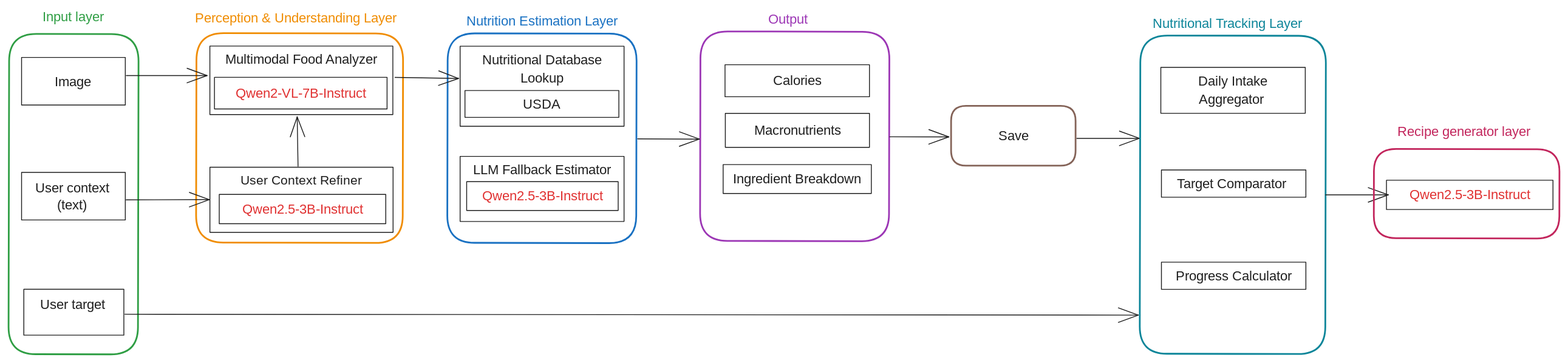
The Excalidraw diagram pipeline_arquitectura.excalidraw.svg in hepejaAED/CalorIA, before a commit. Source tidied: one line per element, renumbered; positions are measured from the earlier drawing's top-left corner, leaving out a move shared by most shapes.
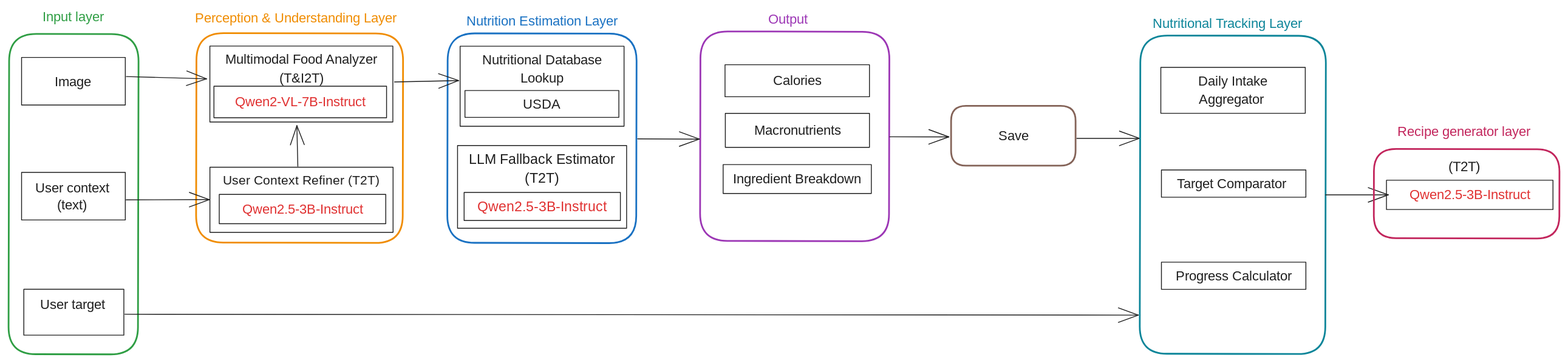
Above is the later version.

Diff of the diagram source:
```diff
@@ -7,27 +7,27 @@
 {"id": 6, "type": "text", "text": "User context\n(text)", "strokeColor": "#1e1e1e", "strokeWidth": 1, "roughness": 0, "fontSize": 16, "fontFamily": 6, "textAlign": "center", "x": 29, "y": 201, "width": 92, "height": 40}
 {"id": 7, "type": "arrow", "strokeColor": "#1e1e1e", "strokeWidth": 1, "roughness": 0, "endArrowhead": "arrow", "from": 5, "to": 16, "x": 138, "y": 225, "width": 98, "height": 0, "points": [[0, 0], [98, 0]]}
 {"id": 8, "type": "rectangle", "strokeColor": "#1971c2", "angle": 0.0, "strokeWidth": 2, "roughness": 0, "round": true, "x": 516, "y": 29, "width": 222, "height": 246}
-{"id": 9, "type": "rectangle", "strokeColor": "#1e1e1e", "strokeWidth": 1, "roughness": 0, "x": 236, "y": 44, "width": 215, "height": 81}
+{"id": 9, "type": "rectangle", "strokeColor": "#1e1e1e", "strokeWidth": 1, "roughness": 0, "x": 236, "y": 44, "width": 215, "height": 89}
-{"id": 10, "type": "text", "text": "Multimodal Food Analyzer", "strokeColor": "#1e1e1e", "strokeWidth": 1, "roughness": 0, "fontSize": 16, "fontFamily": 6, "textAlign": "center", "inside": 9, "x": 249, "y": 49, "width": 191, "height": 22}
+{"id": 10, "type": "text", "text": "Multimodal Food Analyzer\n(T&I2T)", "strokeColor": "#1e1e1e", "strokeWidth": 1, "roughness": 0, "fontSize": 16, "fontFamily": 6, "textAlign": "center", "inside": 9, "x": 249, "y": 49, "width": 191, "height": 43}
-{"id": 11, "type": "rectangle", "strokeColor": "#1e1e1e", "strokeWidth": 1, "roughness": 0, "x": 242, "y": 81, "width": 203, "height": 37}
+{"id": 11, "type": "rectangle", "strokeColor": "#1e1e1e", "strokeWidth": 1, "roughness": 0, "x": 241, "y": 91, "width": 203, "height": 37}
-{"id": 12, "type": "text", "text": "Qwen2-VL-7B-Instruct", "strokeColor": "#e03131", "strokeWidth": 1, "roughness": 0, "fontSize": 16, "fontFamily": 6, "textAlign": "center", "verticalAlign": "middle", "inside": 11, "x": 260, "y": 89, "width": 167, "height": 22}
+{"id": 12, "type": "text", "text": "Qwen2-VL-7B-Instruct", "strokeColor": "#e03131", "strokeWidth": 1, "roughness": 0, "fontSize": 16, "fontFamily": 6, "textAlign": "center", "verticalAlign": "middle", "inside": 11, "x": 259, "y": 99, "width": 167, "height": 22}
-{"id": 13, "type": "arrow", "strokeColor": "#1e1e1e", "strokeWidth": 1, "roughness": 0, "endArrowhead": "arrow", "from": 3, "to": 11, "x": 138, "y": 79, "width": 95, "height": 0, "points": [[0, 0], [95, 0]]}
+{"id": 13, "type": "arrow", "strokeColor": "#1e1e1e", "strokeWidth": 1, "roughness": 0, "endArrowhead": "arrow", "from": 3, "to": 11, "x": 138, "y": 80, "width": 94, "height": 3, "points": [[0, 0], [94, 3]]}
 {"id": 14, "type": "rectangle", "strokeColor": "#1e1e1e", "strokeWidth": 1, "roughness": 0, "x": 236, "y": 187, "width": 215, "height": 77}
-{"id": 15, "type": "text", "text": "User Context Refiner\n", "strokeColor": "#1e1e1e", "strokeWidth": 1, "roughness": 0, "fontSize": 15.16, "fontFamily": 6, "textAlign": "center", "inside": 14, "x": 273, "y": 192, "width": 143, "height": 41}
+{"id": 15, "type": "text", "text": "User Context Refiner (T2T)\n", "strokeColor": "#1e1e1e", "strokeWidth": 1, "roughness": 0, "fontSize": 15.16, "fontFamily": 6, "textAlign": "center", "inside": 14, "x": 252, "y": 192, "width": 185, "height": 41}
 {"id": 16, "type": "rectangle", "strokeColor": "#1e1e1e", "strokeWidth": 1, "roughness": 0, "x": 247, "y": 219, "width": 196, "height": 34}
 {"id": 17, "type": "text", "text": "Qwen2.5-3B-Instruct", "strokeColor": "#e03131", "strokeWidth": 1, "roughness": 0, "fontSize": 16, "fontFamily": 6, "textAlign": "center", "verticalAlign": "middle", "inside": 16, "x": 268, "y": 225, "width": 155, "height": 22}
-{"id": 18, "type": "arrow", "strokeColor": "#1e1e1e", "strokeWidth": 1, "roughness": 0, "endArrowhead": "arrow", "from": 11, "to": 22, "x": 454, "y": 81, "width": 75, "height": 1, "points": [[0, 0], [75, 1]]}
+{"id": 18, "type": "arrow", "strokeColor": "#1e1e1e", "strokeWidth": 1, "roughness": 0, "endArrowhead": "arrow", "from": 11, "to": 22, "x": 454, "y": 86, "width": 75, "height": 2, "points": [[0, 0], [75, -2]]}
 {"id": 19, "type": "text", "text": "Perception & Understanding Layer", "strokeColor": "#f08c00", "strokeWidth": 2, "roughness": 1, "fontSize": 16, "fontFamily": 6, "textAlign": "center", "x": 213, "y": 0, "width": 248, "height": 22}
 {"id": 20, "type": "text", "text": "Nutrition Estimation Layer", "strokeColor": "#1971c2", "strokeWidth": 2, "roughness": 1, "fontSize": 16, "fontFamily": 6, "textAlign": "center", "x": 533, "y": 4, "width": 189, "height": 22}
-{"id": 21, "type": "arrow", "strokeColor": "#1e1e1e", "strokeWidth": 1, "roughness": 0, "endArrowhead": "arrow", "from": 14, "to": 11, "x": 340, "y": 186, "width": 1, "height": 58, "points": [[0, 0], [-1, -58]]}
+{"id": 21, "type": "arrow", "strokeColor": "#1e1e1e", "strokeWidth": 1, "roughness": 0, "endArrowhead": "arrow", "from": 14, "to": 11, "x": 340, "y": 186, "width": 1, "height": 48, "points": [[0, 0], [-1, -48]]}
 {"id": 22, "type": "rectangle", "strokeColor": "#1e1e1e", "strokeWidth": 1, "roughness": 0, "x": 531, "y": 44, "width": 193, "height": 94}
 {"id": 23, "type": "text", "text": "Nutritional Database\nLookup", "strokeColor": "#1e1e1e", "strokeWidth": 1, "roughness": 0, "fontSize": 16, "fontFamily": 6, "textAlign": "center", "inside": 22, "x": 552, "y": 49, "width": 150, "height": 43}
 {"id": 24, "type": "rectangle", "strokeColor": "#1e1e1e", "strokeWidth": 1, "roughness": 0, "x": 536, "y": 96, "width": 181, "height": 32}
 {"id": 25, "type": "text", "text": "USDA", "strokeColor": "#1e1e1e", "strokeWidth": 1, "roughness": 0, "fontSize": 16, "fontFamily": 6, "textAlign": "center", "verticalAlign": "middle", "inside": 24, "x": 604, "y": 101, "width": 45, "height": 22}
-{"id": 26, "type": "rectangle", "strokeColor": "#1e1e1e", "strokeWidth": 1, "roughness": 0, "x": 531, "y": 174, "width": 193, "height": 77}
+{"id": 26, "type": "rectangle", "strokeColor": "#1e1e1e", "strokeWidth": 1, "roughness": 0, "x": 528, "y": 161, "width": 199, "height": 97}
-{"id": 27, "type": "text", "text": "LLM Fallback Estimator", "strokeColor": "#1e1e1e", "strokeWidth": 1, "roughness": 0, "fontSize": 16, "fontFamily": 6, "textAlign": "center", "inside": 26, "x": 543, "y": 179, "width": 169, "height": 22}
+{"id": 27, "type": "text", "text": "LLM Fallback Estimator\n(T2T)", "strokeColor": "#1e1e1e", "strokeWidth": 1, "roughness": 0, "fontSize": 16.5, "fontFamily": 6, "textAlign": "center", "inside": 26, "x": 540, "y": 166, "width": 174, "height": 45}
-{"id": 28, "type": "rectangle", "strokeColor": "#1e1e1e", "strokeWidth": 1, "roughness": 0, "x": 538, "y": 204, "width": 178, "height": 34}
+{"id": 28, "type": "rectangle", "strokeColor": "#1e1e1e", "strokeWidth": 1, "roughness": 0, "x": 535, "y": 216, "width": 184, "height": 33}
-{"id": 29, "type": "text", "text": "Qwen2.5-3B-Instruct", "strokeColor": "#e03131", "strokeWidth": 1, "roughness": 0, "fontSize": 16, "fontFamily": 6, "textAlign": "center", "verticalAlign": "middle", "inside": 28, "x": 550, "y": 210, "width": 155, "height": 22}
+{"id": 29, "type": "text", "text": "Qwen2.5-3B-Instruct", "strokeColor": "#e03131", "strokeWidth": 1, "roughness": 0, "fontSize": 16.5, "fontFamily": 6, "textAlign": "center", "verticalAlign": "middle", "inside": 28, "x": 547, "y": 222, "width": 160, "height": 22}
 {"id": 30, "type": "rectangle", "strokeColor": "#9c36b5", "angle": 0.0, "strokeWidth": 2, "roughness": 0, "round": true, "x": 813, "y": 27, "width": 222, "height": 246}
 {"id": 31, "type": "arrow", "strokeColor": "#1e1e1e", "strokeWidth": 1, "roughness": 0, "endArrowhead": "arrow", "from": 22, "to": 30, "x": 739, "y": 153, "width": 73, "height": 0, "points": [[0, 0], [73, 0]]}
 {"id": 32, "type": "text", "text": "Output", "strokeColor": "#9c36b5", "strokeWidth": 2, "roughness": 1, "fontSize": 16, "fontFamily": 6, "x": 893, "y": 2, "width": 51, "height": 22}
@@ -57,3 +57,4 @@
 {"id": 56, "type": "rectangle", "strokeColor": "#1e1e1e", "strokeWidth": 1, "roughness": 0, "x": 1620, "y": 202, "width": 196, "height": 34}
 {"id": 57, "type": "text", "text": "Qwen2.5-3B-Instruct", "strokeColor": "#e03131", "strokeWidth": 1, "roughness": 0, "fontSize": 16, "fontFamily": 6, "textAlign": "center", "verticalAlign": "middle", "inside": 56, "x": 1640, "y": 208, "width": 155, "height": 22}
 {"id": 58, "type": "text", "text": "Recipe generator layer", "strokeColor": "#c2255c", "strokeWidth": 2, "roughness": 1, "fontSize": 16, "fontFamily": 6, "x": 1633, "y": 134, "width": 163, "height": 22}
+{"id": 59, "type": "text", "text": "(T2T)", "strokeColor": "#1e1e1e", "angle": 0.0, "strokeWidth": 2, "roughness": 1, "fontSize": 16, "fontFamily": 6, "textAlign": "center", "x": 1691, "y": 175, "width": 41, "height": 22}
```
